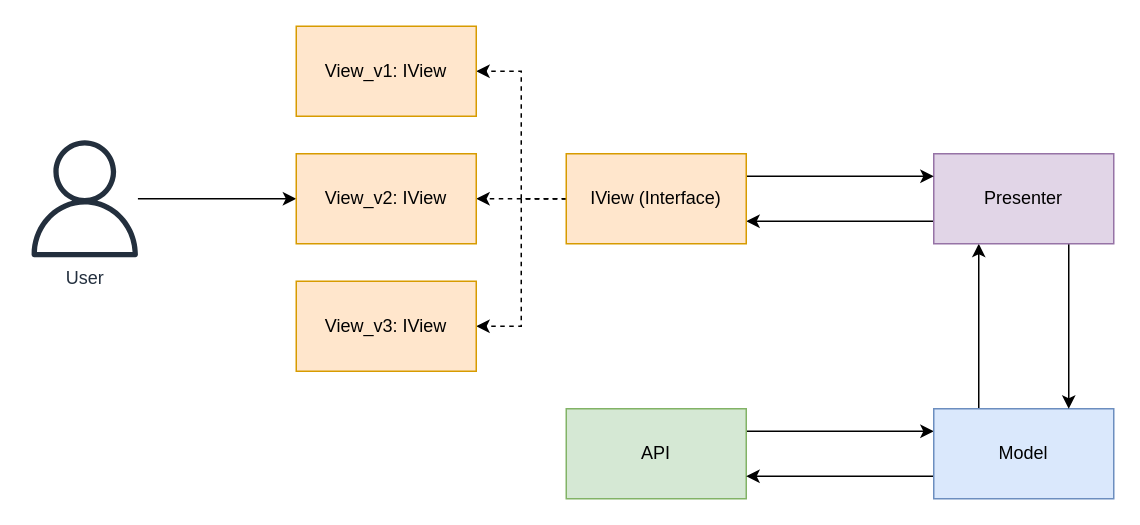
Before: Diagrams/MvpDiagram.drawio in jeftegoes/DotnetArchitectureMvcMvpMvvm, a draw.io diagram. Source tidied: cells renumbered, new cells numbered last; positions are measured from the earlier drawing's top-left corner, leaving out a move shared by most shapes. Both pictures are drawn from the tidied source at 150%, with x=0, y=0 at pixel (26, 26).
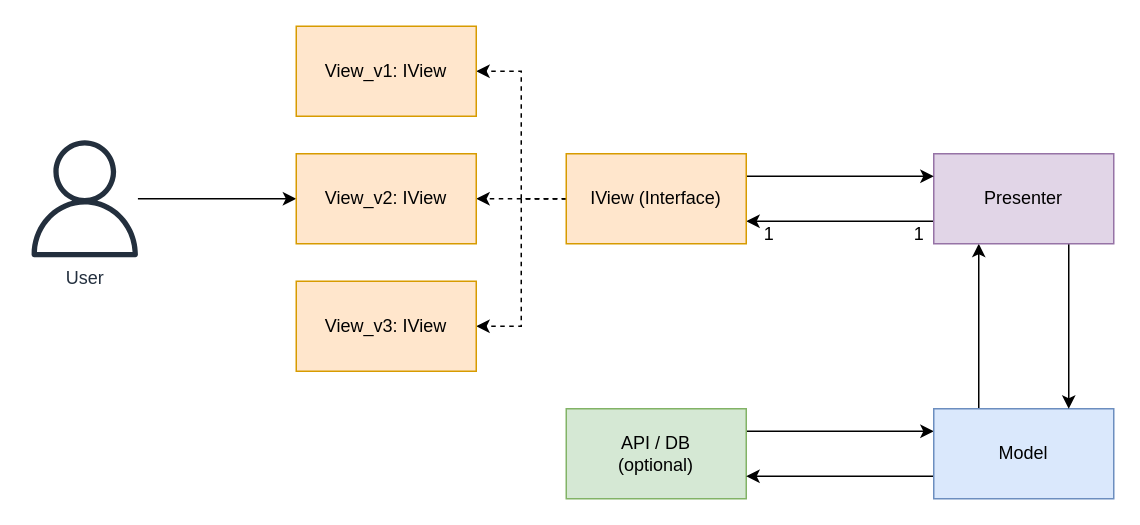
After the change.

Change to the diagram source:
```diff
@@
-    <mxCell id="3" value="API" style="rounded=0;whiteSpace=wrap;html=1;fillColor=#d5e8d4;strokeColor=#82b366;" parent="1" vertex="1">
+    <mxCell id="3" value="API / DB&lt;div&gt;(optional)&lt;/div&gt;" style="rounded=0;whiteSpace=wrap;html=1;fillColor=#d5e8d4;strokeColor=#82b366;" parent="1" vertex="1">
       <mxGeometry x="360" y="255" width="120" height="60" as="geometry" />
     </mxCell>
@@
+    <mxCell id="20" value="1" style="text;html=1;align=center;verticalAlign=middle;strokeColor=none;fillColor=none;" parent="1" vertex="1">
+      <mxGeometry x="480" y="124" width="30" height="30" as="geometry" />
+    </mxCell>
+    <mxCell id="21" value="1" style="text;html=1;align=center;verticalAlign=middle;strokeColor=none;fillColor=none;" parent="1" vertex="1">
+      <mxGeometry x="580" y="124" width="30" height="30" as="geometry" />
+    </mxCell>
```
